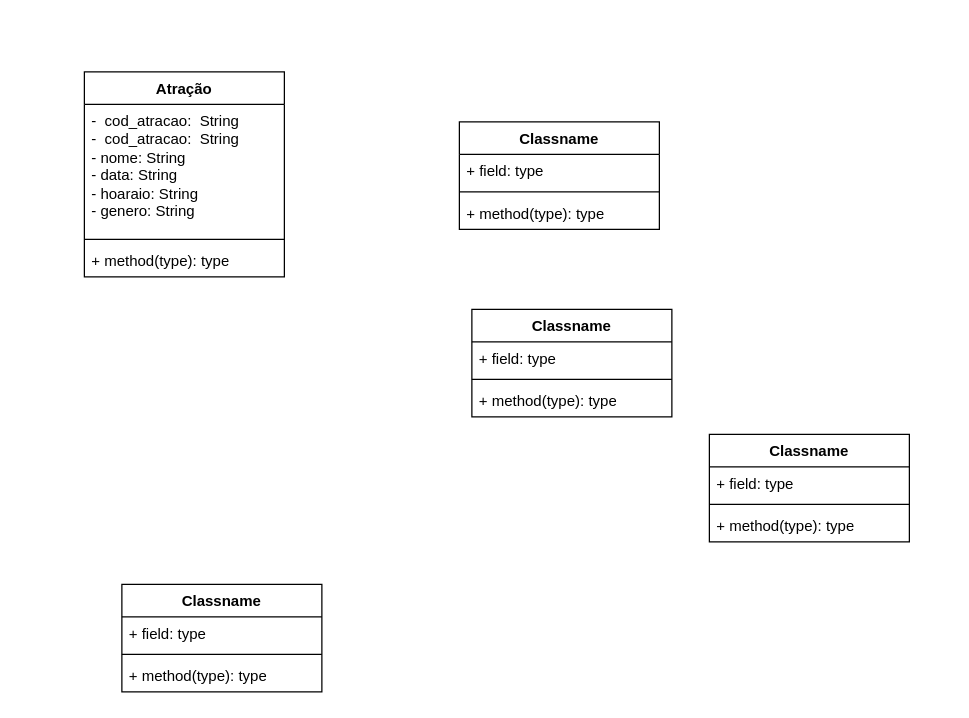
The draw.io diagram Diagrama sem nome.drawio in JudilenaGalvao/Projeto-POO, before the edit. Source tidied: cells renumbered, new cells numbered last; positions are measured from the earlier drawing's top-left corner, leaving out a move shared by most shapes. Both pictures are drawn from the tidied source at 125%, with x=0, y=0 at pixel (84, 71).
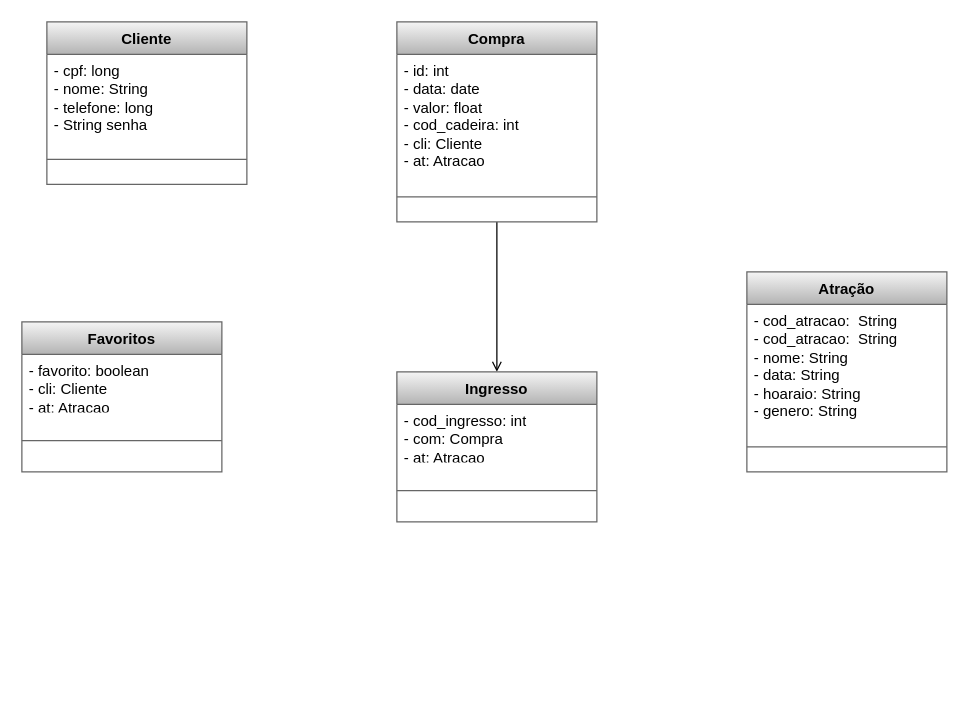
The same diagram, later.

The edit, as a diff of the source:
```diff
@@
-    <mxCell id="2" value="Atração" style="swimlane;fontStyle=1;align=center;verticalAlign=top;horizontal=1;startSize=26;whiteSpace=wrap;html=1;" parent="1" vertex="1">
-      <mxGeometry width="160" height="164" as="geometry" />
+    <mxCell id="2" value="Atração" style="swimlane;fontStyle=1;align=center;verticalAlign=top;horizontal=1;startSize=26;whiteSpace=wrap;html=1;fillColor=#f5f5f5;gradientColor=#b3b3b3;strokeColor=#666666;" parent="1" vertex="1">
+      <mxGeometry x="530" y="160" width="160" height="160" as="geometry" />
     </mxCell>
-    <mxCell id="3" value="-&amp;nbsp; cod_atracao:&amp;nbsp; String&lt;br&gt;-&amp;nbsp; cod_atracao:&amp;nbsp; String&lt;br&gt;- nome: String&lt;br&gt;- data: String&lt;br&gt;- hoaraio: String&amp;nbsp;&lt;br&gt;- genero: String" style="text;strokeColor=none;fillColor=none;align=left;verticalAlign=top;spacingLeft=4;spacingRight=4;overflow=hidden;whiteSpace=wrap;html=1;" parent="2" vertex="1">
-      <mxGeometry y="26" width="160" height="104" as="geometry" />
+    <mxCell id="3" value="- cod_atracao:&amp;nbsp; String&lt;br&gt;- cod_atracao:&amp;nbsp; String&lt;br&gt;- nome: String&lt;br&gt;- data: String&lt;br&gt;- hoaraio: String&amp;nbsp;&lt;br&gt;- genero: String" style="text;strokeColor=none;fillColor=none;align=left;verticalAlign=top;spacingLeft=4;spacingRight=4;overflow=hidden;whiteSpace=wrap;html=1;" parent="2" vertex="1">
+      <mxGeometry y="26" width="160" height="94" as="geometry" />
     </mxCell>
     <mxCell id="4" style="line;strokeWidth=1;fillColor=none;align=left;verticalAlign=middle;spacingTop=-1;spacingLeft=3;spacingRight=3;labelPosition=right;strokeColor=inherit;" parent="2" vertex="1">
-      <mxGeometry y="130" width="160" height="8" as="geometry" />
+      <mxGeometry y="120" width="160" height="40" as="geometry" />
     </mxCell>
-    <mxCell id="5" value="+ method(type): type" style="text;strokeColor=none;fillColor=none;align=left;verticalAlign=top;spacingLeft=4;spacingRight=4;overflow=hidden;whiteSpace=wrap;html=1;" parent="2" vertex="1">
-      <mxGeometry y="138" width="160" height="26" as="geometry" />
-    </mxCell>
-    <mxCell id="6" value="Classname" style="swimlane;fontStyle=1;align=center;verticalAlign=top;horizontal=1;startSize=26;whiteSpace=wrap;html=1;" parent="1" vertex="1">
-      <mxGeometry x="300" y="40" width="160" height="86" as="geometry" />
+    <mxCell id="6" value="Cliente" style="swimlane;fontStyle=1;align=center;verticalAlign=top;horizontal=1;startSize=26;whiteSpace=wrap;html=1;fillColor=#f5f5f5;gradientColor=#b3b3b3;strokeColor=#666666;" parent="1" vertex="1">
+      <mxGeometry x="-30" y="-40" width="160" height="130" as="geometry" />
     </mxCell>
-    <mxCell id="7" value="+ field: type" style="text;strokeColor=none;fillColor=none;align=left;verticalAlign=top;spacingLeft=4;spacingRight=4;overflow=hidden;whiteSpace=wrap;html=1;" parent="6" vertex="1">
-      <mxGeometry y="26" width="160" height="26" as="geometry" />
+    <mxCell id="7" value="&lt;div&gt;- cpf: long&lt;/div&gt;&lt;div&gt;- nome: String&lt;/div&gt;&lt;div&gt;&lt;span style=&quot;background-color: initial;&quot;&gt;- telefone: long&lt;/span&gt;&lt;/div&gt;&lt;div&gt;&lt;span style=&quot;&quot;&gt;- String senha&lt;/span&gt;&lt;/div&gt;" style="text;strokeColor=none;fillColor=none;align=left;verticalAlign=top;spacingLeft=4;spacingRight=4;overflow=hidden;whiteSpace=wrap;html=1;" parent="6" vertex="1">
+      <mxGeometry y="26" width="160" height="64" as="geometry" />
     </mxCell>
     <mxCell id="8" style="line;strokeWidth=1;fillColor=none;align=left;verticalAlign=middle;spacingTop=-1;spacingLeft=3;spacingRight=3;labelPosition=right;strokeColor=inherit;" parent="6" vertex="1">
-      <mxGeometry y="52" width="160" height="8" as="geometry" />
+      <mxGeometry y="90" width="160" height="40" as="geometry" />
     </mxCell>
-    <mxCell id="9" value="+ method(type): type" style="text;strokeColor=none;fillColor=none;align=left;verticalAlign=top;spacingLeft=4;spacingRight=4;overflow=hidden;whiteSpace=wrap;html=1;" parent="6" vertex="1">
-      <mxGeometry y="60" width="160" height="26" as="geometry" />
-    </mxCell>
-    <mxCell id="10" value="Classname" style="swimlane;fontStyle=1;align=center;verticalAlign=top;horizontal=1;startSize=26;whiteSpace=wrap;html=1;" parent="1" vertex="1">
-      <mxGeometry x="30" y="410" width="160" height="86" as="geometry" />
+    <mxCell id="10" value="Favoritos" style="swimlane;fontStyle=1;align=center;verticalAlign=top;horizontal=1;startSize=26;whiteSpace=wrap;html=1;fillColor=#f5f5f5;gradientColor=#b3b3b3;strokeColor=#666666;" parent="1" vertex="1">
+      <mxGeometry x="-50" y="200" width="160" height="120" as="geometry" />
     </mxCell>
-    <mxCell id="11" value="+ field: type" style="text;strokeColor=none;fillColor=none;align=left;verticalAlign=top;spacingLeft=4;spacingRight=4;overflow=hidden;whiteSpace=wrap;html=1;" parent="10" vertex="1">
-      <mxGeometry y="26" width="160" height="26" as="geometry" />
+    <mxCell id="11" value="&lt;div&gt;- favorito: boolean&lt;/div&gt;&lt;div&gt;- cli: Cliente&lt;span style=&quot;&quot;&gt;&lt;/span&gt;&lt;/div&gt;&lt;div&gt;&lt;span style=&quot;white-space: pre;&quot;&gt;- &lt;/span&gt;at: Atracao&lt;/div&gt;" style="text;strokeColor=none;fillColor=none;align=left;verticalAlign=top;spacingLeft=4;spacingRight=4;overflow=hidden;whiteSpace=wrap;html=1;" parent="10" vertex="1">
+      <mxGeometry y="26" width="160" height="44" as="geometry" />
     </mxCell>
     <mxCell id="12" style="line;strokeWidth=1;fillColor=none;align=left;verticalAlign=middle;spacingTop=-1;spacingLeft=3;spacingRight=3;labelPosition=right;strokeColor=inherit;" parent="10" vertex="1">
-      <mxGeometry y="52" width="160" height="8" as="geometry" />
+      <mxGeometry y="70" width="160" height="50" as="geometry" />
     </mxCell>
-    <mxCell id="13" value="+ method(type): type" style="text;strokeColor=none;fillColor=none;align=left;verticalAlign=top;spacingLeft=4;spacingRight=4;overflow=hidden;whiteSpace=wrap;html=1;" parent="10" vertex="1">
-      <mxGeometry y="60" width="160" height="26" as="geometry" />
-    </mxCell>
+    <mxCell id="22" style="edgeStyle=orthogonalEdgeStyle;rounded=0;jettySize=auto;html=1;exitX=0.5;exitY=1;exitDx=0;exitDy=0;entryX=0.5;entryY=0;entryDx=0;entryDy=0;endArrow=open;endFill=0;" parent="1" edge="1" source="14" target="18">
+      <mxGeometry relative="1" as="geometry" />
+    </mxCell>
-    <mxCell id="14" value="Classname" style="swimlane;fontStyle=1;align=center;verticalAlign=top;horizontal=1;startSize=26;whiteSpace=wrap;html=1;" parent="1" vertex="1">
-      <mxGeometry x="310" y="190" width="160" height="86" as="geometry" />
+    <mxCell id="14" value="Compra" style="swimlane;fontStyle=1;align=center;verticalAlign=top;horizontal=1;startSize=26;whiteSpace=wrap;html=1;fillColor=#f5f5f5;gradientColor=#b3b3b3;strokeColor=#666666;" parent="1" vertex="1">
+      <mxGeometry x="250" y="-40" width="160" height="160" as="geometry" />
     </mxCell>
-    <mxCell id="15" value="+ field: type" style="text;strokeColor=none;fillColor=none;align=left;verticalAlign=top;spacingLeft=4;spacingRight=4;overflow=hidden;whiteSpace=wrap;html=1;" parent="14" vertex="1">
-      <mxGeometry y="26" width="160" height="26" as="geometry" />
+    <mxCell id="15" value="&lt;div&gt;- id: int&amp;nbsp;&lt;/div&gt;&lt;div&gt;&lt;span style=&quot;background-color: initial;&quot;&gt;- data: date&lt;/span&gt;&lt;/div&gt;&lt;div&gt;&lt;span style=&quot;&quot;&gt;&lt;/span&gt;&lt;/div&gt;&lt;div&gt;&lt;span style=&quot;white-space: pre;&quot;&gt;- &lt;/span&gt;valor: float&lt;/div&gt;&lt;div&gt;&lt;span style=&quot;white-space: pre;&quot;&gt;- &lt;/span&gt;cod_cadeira: int&lt;/div&gt;&lt;div&gt;&lt;span style=&quot;white-space: pre;&quot;&gt;- &lt;/span&gt;cli: Cliente&lt;/div&gt;&lt;div&gt;&lt;span style=&quot;background-color: initial;&quot;&gt;- at: Atracao&lt;/span&gt;&lt;/div&gt;" style="text;strokeColor=none;fillColor=none;align=left;verticalAlign=top;spacingLeft=4;spacingRight=4;overflow=hidden;whiteSpace=wrap;html=1;" parent="14" vertex="1">
+      <mxGeometry y="26" width="160" height="94" as="geometry" />
     </mxCell>
     <mxCell id="16" style="line;strokeWidth=1;fillColor=none;align=left;verticalAlign=middle;spacingTop=-1;spacingLeft=3;spacingRight=3;labelPosition=right;strokeColor=inherit;" parent="14" vertex="1">
-      <mxGeometry y="52" width="160" height="8" as="geometry" />
+      <mxGeometry y="120" width="160" height="40" as="geometry" />
     </mxCell>
-    <mxCell id="17" value="+ method(type): type" style="text;strokeColor=none;fillColor=none;align=left;verticalAlign=top;spacingLeft=4;spacingRight=4;overflow=hidden;whiteSpace=wrap;html=1;" parent="14" vertex="1">
-      <mxGeometry y="60" width="160" height="26" as="geometry" />
-    </mxCell>
-    <mxCell id="18" value="Classname" style="swimlane;fontStyle=1;align=center;verticalAlign=top;horizontal=1;startSize=26;whiteSpace=wrap;html=1;" parent="1" vertex="1">
-      <mxGeometry x="500" y="290" width="160" height="86" as="geometry" />
+    <mxCell id="18" value="Ingresso" style="swimlane;fontStyle=1;align=center;verticalAlign=top;horizontal=1;startSize=26;whiteSpace=wrap;html=1;fillColor=#f5f5f5;gradientColor=#b3b3b3;strokeColor=#666666;" parent="1" vertex="1">
+      <mxGeometry x="250" y="240" width="160" height="120" as="geometry" />
     </mxCell>
-    <mxCell id="19" value="+ field: type" style="text;strokeColor=none;fillColor=none;align=left;verticalAlign=top;spacingLeft=4;spacingRight=4;overflow=hidden;whiteSpace=wrap;html=1;" parent="18" vertex="1">
-      <mxGeometry y="26" width="160" height="26" as="geometry" />
+    <mxCell id="19" value="&lt;div&gt;- cod_ingresso: int&lt;/div&gt;&lt;div&gt;&lt;span style=&quot;background-color: initial;&quot;&gt;- com: Compra&lt;/span&gt;&lt;br&gt;&lt;/div&gt;&lt;div&gt;&lt;span style=&quot;white-space: pre;&quot;&gt;- &lt;/span&gt;at: Atracao&lt;/div&gt;" style="text;strokeColor=none;fillColor=none;align=left;verticalAlign=top;spacingLeft=4;spacingRight=4;overflow=hidden;whiteSpace=wrap;html=1;" parent="18" vertex="1">
+      <mxGeometry y="26" width="160" height="44" as="geometry" />
     </mxCell>
     <mxCell id="20" style="line;strokeWidth=1;fillColor=none;align=left;verticalAlign=middle;spacingTop=-1;spacingLeft=3;spacingRight=3;labelPosition=right;strokeColor=inherit;" parent="18" vertex="1">
-      <mxGeometry y="52" width="160" height="8" as="geometry" />
+      <mxGeometry y="70" width="160" height="50" as="geometry" />
     </mxCell>
-    <mxCell id="21" value="+ method(type): type" style="text;strokeColor=none;fillColor=none;align=left;verticalAlign=top;spacingLeft=4;spacingRight=4;overflow=hidden;whiteSpace=wrap;html=1;" parent="18" vertex="1">
-      <mxGeometry y="60" width="160" height="26" as="geometry" />
-    </mxCell>
```
